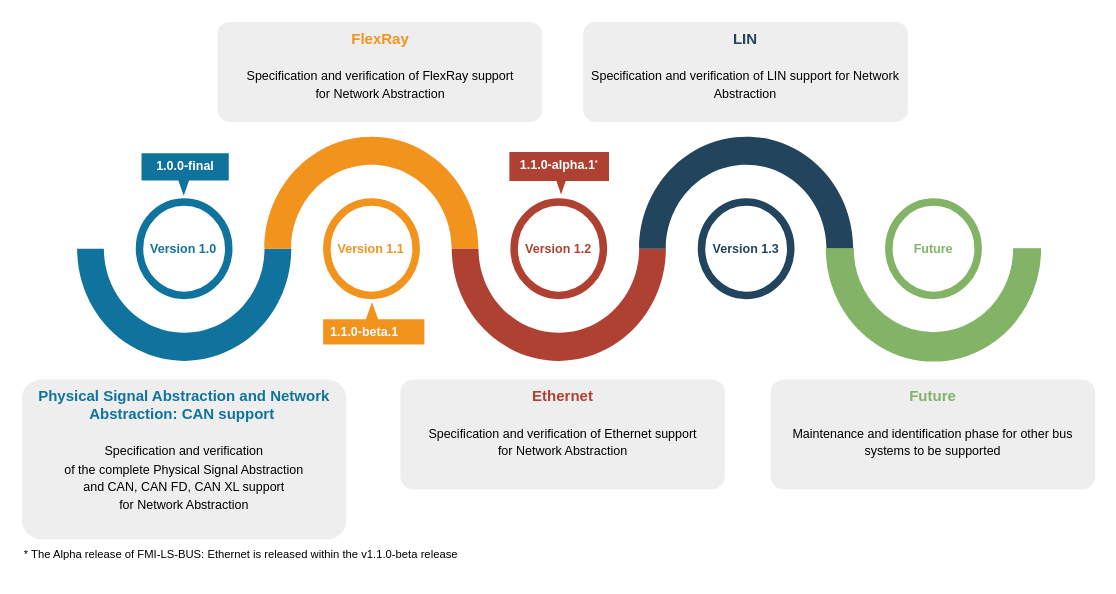
Earlier version of the draw.io diagram roadmap_overview.drawio (modelica/fmi-ls-bus). Source tidied: cells renumbered, new cells numbered last; positions are measured from the earlier drawing's top-left corner, leaving out a move shared by most shapes. Both pictures are drawn from the tidied source at 125%, with x=0, y=0 at pixel (21, 21). Pictures stored in the file or linked from it are replaced by grey dashed boxes.
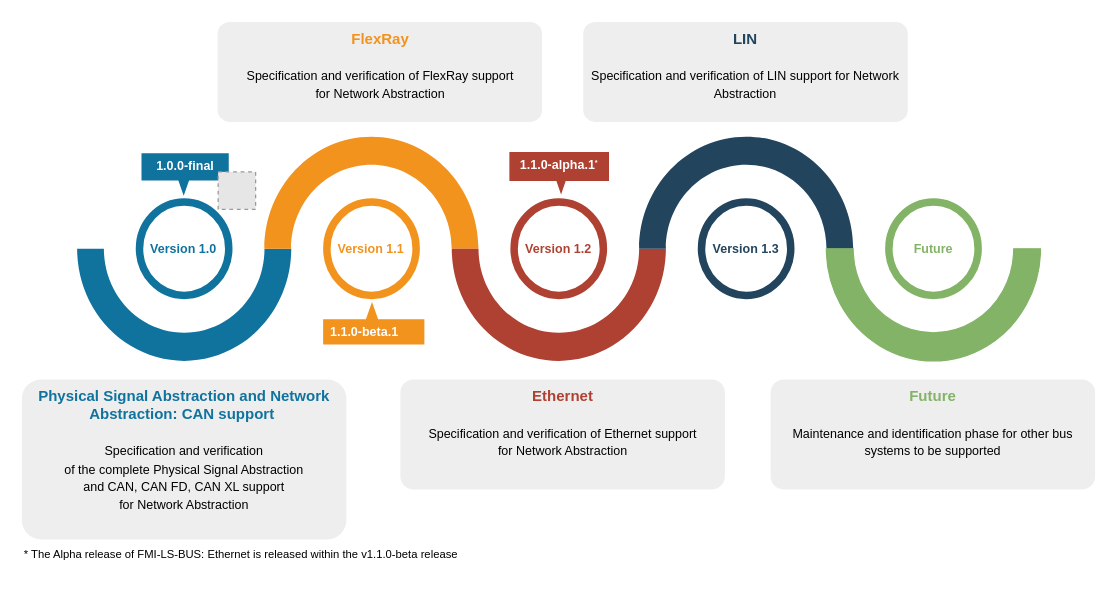
After the change.

Commit message (it also covers changes not shown here):
Green tick for successfully completed added to the roadmap

Diff of the diagram source:
```diff
@@
+    <mxCell id="22" style="fillColor=#E6E6E6;strokeColor=#999999;dashed=1;html=1;verticalAlign=top;verticalLabelPosition=bottom;labelBackgroundColor=#ffffff;" parent="1" vertex="1">
+      <mxGeometry x="157" y="120" width="30" height="30" as="geometry" />
+    </mxCell>
```
